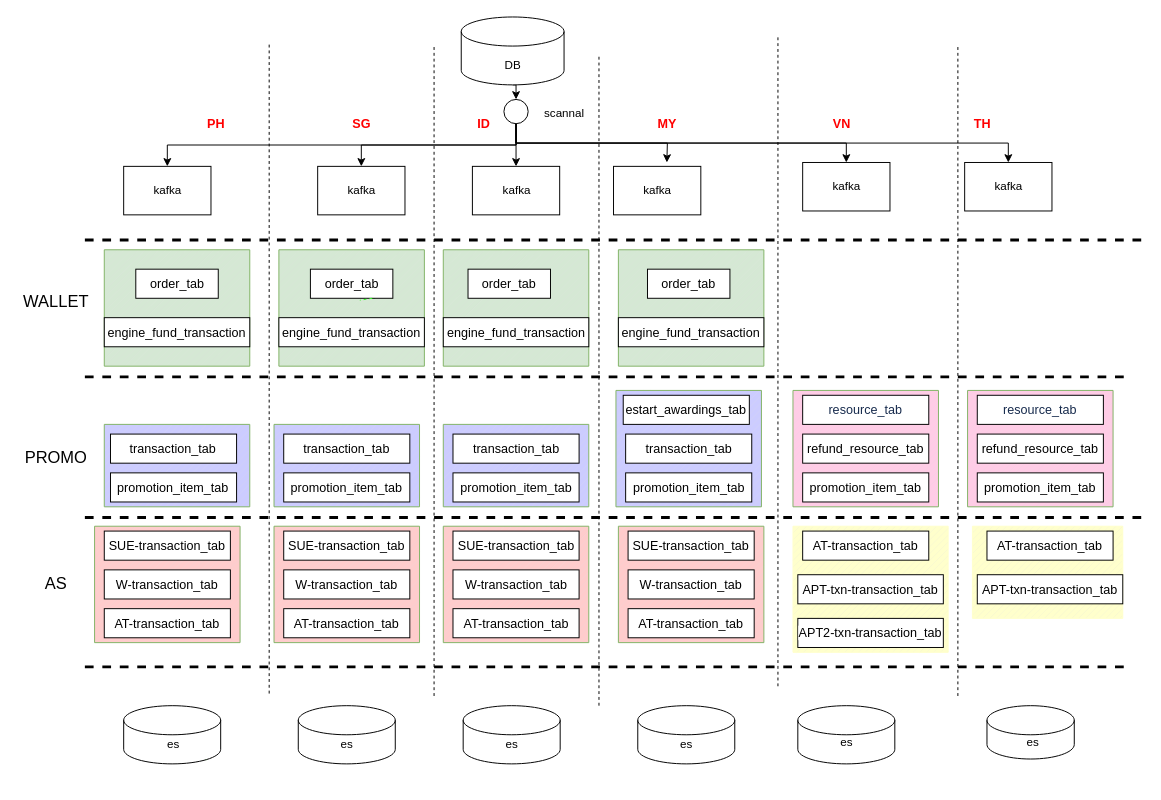
Earlier version of the draw.io diagram Untitled Diagram.drawio (LadyTao/learn). Source tidied: cells renumbered, new cells numbered last; positions are measured from the earlier drawing's top-left corner, leaving out a move shared by most shapes. Both pictures are drawn from the tidied source at 97%, with x=0, y=0 at pixel (16, 16).
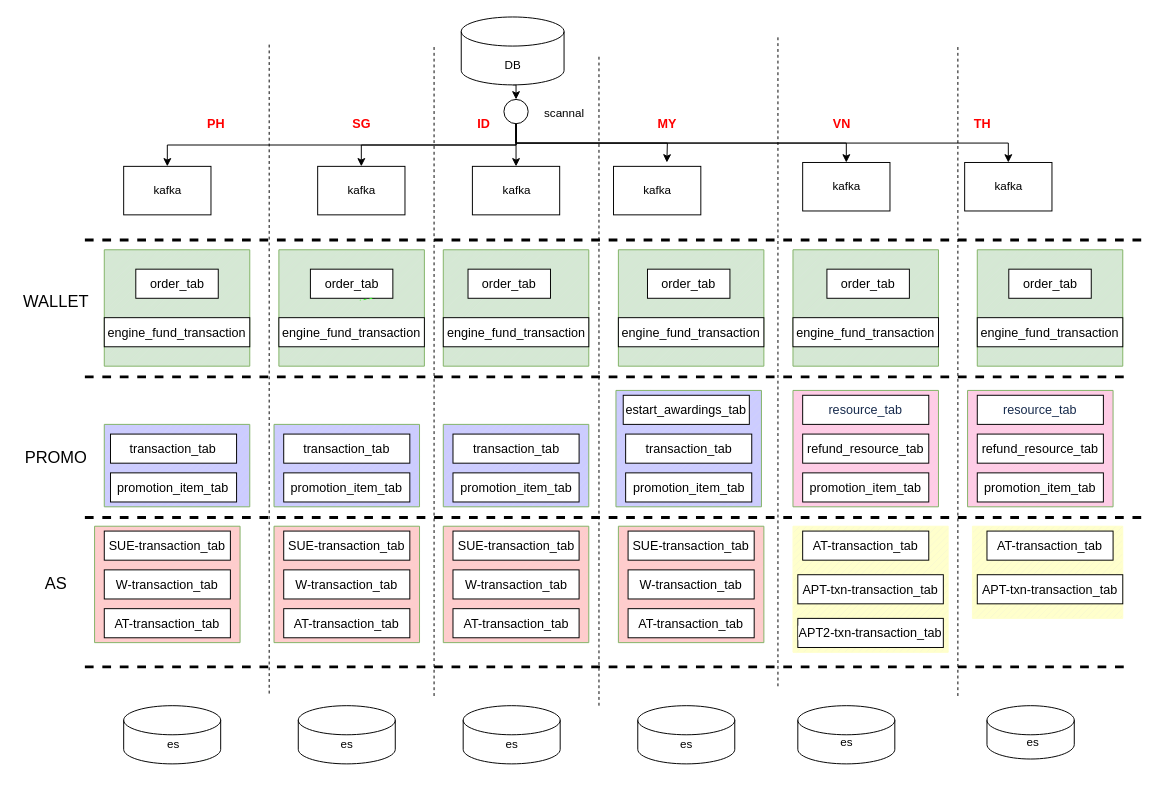
The same diagram, later.

What changed in the source:
```diff
@@
+    <mxCell id="125" style="verticalLabelPosition=bottom;verticalAlign=top;html=1;shape=mxgraph.basic.patternFillRect;fillStyle=diag;step=5;fillStrokeWidth=0.2;fillStrokeColor=#dddddd;fontFamily=Helvetica;fontSize=17;fillColor=#d5e8d4;strokeColor=#82b366;" parent="1" vertex="1">
+      <mxGeometry x="800" y="240" width="150" height="120" as="geometry" />
+    </mxCell>
+    <mxCell id="126" style="verticalLabelPosition=bottom;verticalAlign=top;html=1;shape=mxgraph.basic.patternFillRect;fillStyle=diag;step=5;fillStrokeWidth=0.2;fillStrokeColor=#dddddd;fontFamily=Helvetica;fontSize=17;fillColor=#d5e8d4;strokeColor=#82b366;" parent="1" vertex="1">
+      <mxGeometry x="990" y="240" width="150" height="120" as="geometry" />
+    </mxCell>
+    <mxCell id="127" value="&lt;span style=&quot;font-family: Arial; font-size: 13px; text-align: left; background-color: rgb(255, 255, 255);&quot;&gt;order_tab&lt;/span&gt;" style="rounded=0;whiteSpace=wrap;html=1;fontFamily=Helvetica;fontSize=17;fontColor=#000000;" parent="1" vertex="1">
+      <mxGeometry x="835" y="260" width="85" height="30" as="geometry" />
+    </mxCell>
+    <mxCell id="128" value="&lt;span style=&quot;font-family: Arial; font-size: 13px; text-align: left; background-color: rgb(255, 255, 255);&quot;&gt;order_tab&lt;/span&gt;" style="rounded=0;whiteSpace=wrap;html=1;fontFamily=Helvetica;fontSize=17;fontColor=#000000;" parent="1" vertex="1">
+      <mxGeometry x="1022.5" y="260" width="85" height="30" as="geometry" />
+    </mxCell>
+    <mxCell id="129" value="&lt;span style=&quot;font-family: Arial; font-size: 13px; text-align: left; background-color: rgb(255, 255, 255);&quot;&gt;engine_fund_transaction&lt;/span&gt;" style="rounded=0;whiteSpace=wrap;html=1;fontFamily=Helvetica;fontSize=17;fontColor=#000000;" parent="1" vertex="1">
+      <mxGeometry x="800" y="310" width="150" height="30" as="geometry" />
+    </mxCell>
+    <mxCell id="130" value="&lt;span style=&quot;font-family: Arial; font-size: 13px; text-align: left; background-color: rgb(255, 255, 255);&quot;&gt;engine_fund_transaction&lt;/span&gt;" style="rounded=0;whiteSpace=wrap;html=1;fontFamily=Helvetica;fontSize=17;fontColor=#000000;" parent="1" vertex="1">
+      <mxGeometry x="990" y="310" width="150" height="30" as="geometry" />
+    </mxCell>
```
